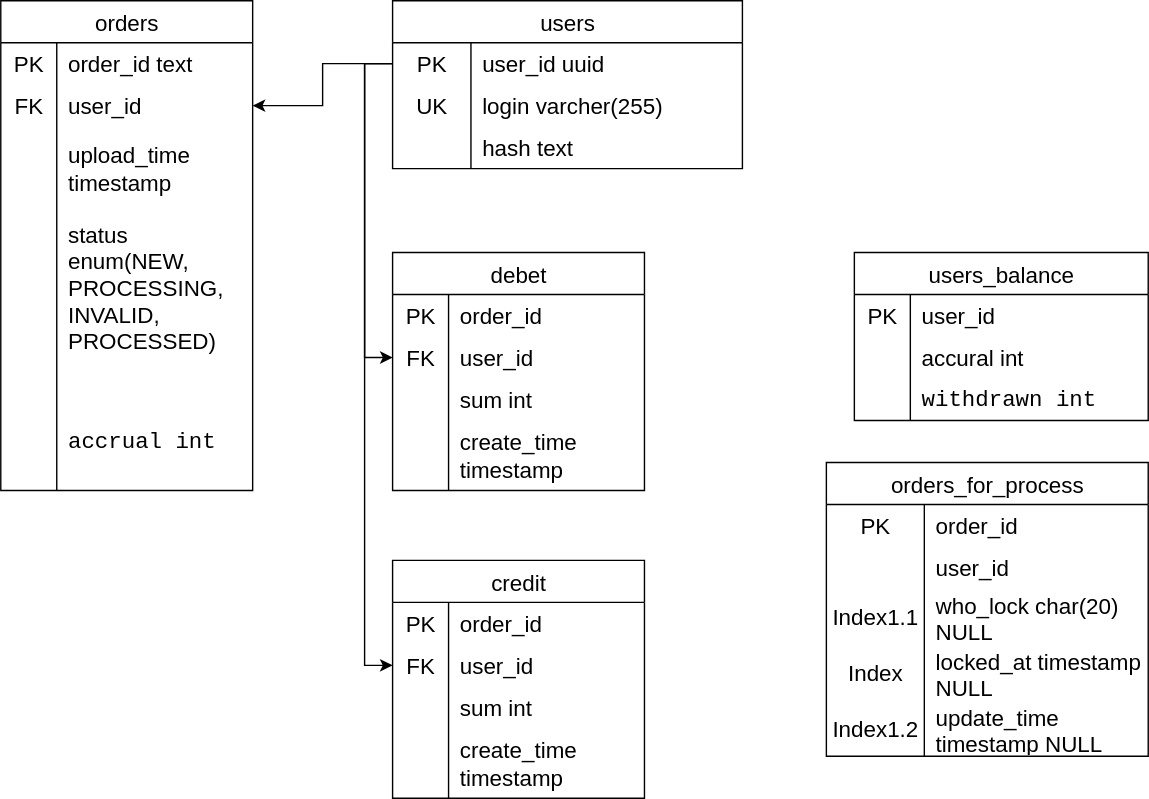
This is docs/DB.svg from serg2014/go-musthave-diploma-new, a draw.io export, as it was before one commit. Source tidied: cells renumbered, new cells last; positions are measured from the earlier drawing's top-left corner, leaving out a move shared by most shapes.
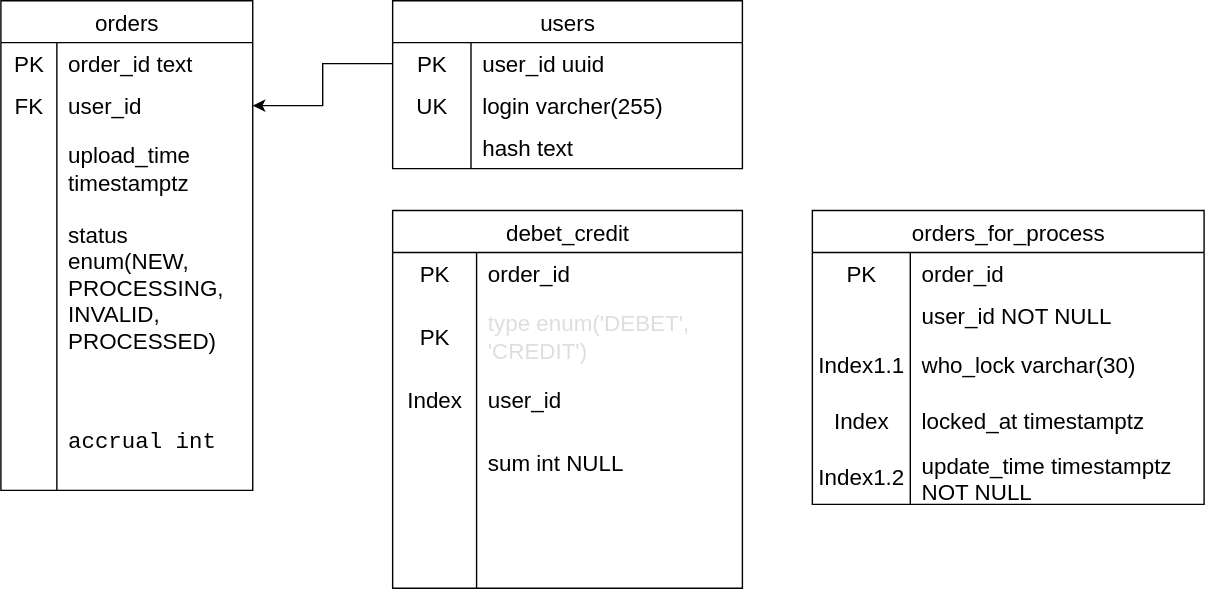
Above is the later version.

The edit, as a diff of the source:
```diff
@@ -31,3 +31,3 @@
     </mxCell>
-    <mxCell id="11" value="upload_time&lt;div&gt;timestamp&lt;/div&gt;" style="shape=partialRectangle;html=1;whiteSpace=wrap;fillColor=none;top=0;left=0;bottom=0;right=0;align=left;spacingLeft=6;overflow=hidden;strokeColor=inherit;fontSize=16;" parent="9" vertex="1">
+    <mxCell id="11" value="upload_time&lt;div&gt;timestamptz&lt;/div&gt;" style="shape=partialRectangle;html=1;whiteSpace=wrap;fillColor=none;top=0;left=0;bottom=0;right=0;align=left;spacingLeft=6;overflow=hidden;strokeColor=inherit;fontSize=16;" parent="9" vertex="1">
       <mxGeometry x="40" width="140" height="60" as="geometry" />
@@ -91,91 +91,7 @@
     </mxCell>
-    <mxCell id="31" value="debet" style="shape=table;startSize=30;rowLines=0;fontStyle=0;strokeColor=default;fontSize=16;" parent="1" vertex="1">
-      <mxGeometry x="280" y="180" width="180" height="170" as="geometry" />
-    </mxCell>
-    <mxCell id="32" style="shape=tableRow;horizontal=0;startSize=0;swimlaneHead=0;swimlaneBody=0;top=0;left=0;bottom=0;right=0;fillColor=none;strokeColor=inherit;fontSize=16;" parent="31" vertex="1">
-      <mxGeometry y="30" width="180" height="30" as="geometry" />
-    </mxCell>
-    <mxCell id="33" value="PK" style="shape=partialRectangle;html=1;whiteSpace=wrap;fillColor=none;top=0;left=0;bottom=0;right=0;overflow=hidden;strokeColor=inherit;fontSize=16;" parent="32" vertex="1">
-      <mxGeometry width="40" height="30" as="geometry" />
-    </mxCell>
-    <mxCell id="34" value="order_id" style="shape=partialRectangle;html=1;whiteSpace=wrap;fillColor=none;top=0;left=0;bottom=0;right=0;align=left;spacingLeft=6;overflow=hidden;strokeColor=inherit;fontSize=16;" parent="32" vertex="1">
-      <mxGeometry x="40" width="140" height="30" as="geometry" />
-    </mxCell>
-    <mxCell id="35" style="shape=tableRow;horizontal=0;startSize=0;swimlaneHead=0;swimlaneBody=0;top=0;left=0;bottom=0;right=0;fillColor=none;points=[[0,0.5],[1,0.5]];portConstraint=eastwest;strokeColor=inherit;fontSize=16;" parent="31" vertex="1">
-      <mxGeometry y="60" width="180" height="30" as="geometry" />
-    </mxCell>
-    <mxCell id="36" value="FK" style="shape=partialRectangle;html=1;whiteSpace=wrap;fillColor=none;top=0;left=0;bottom=0;right=0;overflow=hidden;strokeColor=inherit;fontSize=16;" parent="35" vertex="1">
-      <mxGeometry width="40" height="30" as="geometry" />
-    </mxCell>
-    <mxCell id="37" value="user_id" style="shape=partialRectangle;html=1;whiteSpace=wrap;fillColor=none;top=0;left=0;bottom=0;right=0;align=left;spacingLeft=6;overflow=hidden;strokeColor=inherit;fontSize=16;" parent="35" vertex="1">
-      <mxGeometry x="40" width="140" height="30" as="geometry" />
-    </mxCell>
-    <mxCell id="38" style="shape=tableRow;horizontal=0;startSize=0;swimlaneHead=0;swimlaneBody=0;top=0;left=0;bottom=0;right=0;fillColor=none;strokeColor=inherit;fontSize=16;" parent="31" vertex="1">
-      <mxGeometry y="90" width="180" height="30" as="geometry" />
-    </mxCell>
-    <mxCell id="39" style="shape=partialRectangle;html=1;whiteSpace=wrap;fillColor=none;top=0;left=0;bottom=0;right=0;overflow=hidden;strokeColor=inherit;fontSize=16;" parent="38" vertex="1">
-      <mxGeometry width="40" height="30" as="geometry" />
-    </mxCell>
-    <mxCell id="40" value="sum int" style="shape=partialRectangle;html=1;whiteSpace=wrap;fillColor=none;top=0;left=0;bottom=0;right=0;align=left;spacingLeft=6;overflow=hidden;strokeColor=inherit;fontSize=16;" parent="38" vertex="1">
-      <mxGeometry x="40" width="140" height="30" as="geometry" />
-    </mxCell>
-    <mxCell id="41" style="shape=tableRow;horizontal=0;startSize=0;swimlaneHead=0;swimlaneBody=0;top=0;left=0;bottom=0;right=0;fillColor=none;strokeColor=inherit;fontSize=16;" parent="31" vertex="1">
-      <mxGeometry y="120" width="180" height="50" as="geometry" />
-    </mxCell>
-    <mxCell id="42" style="shape=partialRectangle;html=1;whiteSpace=wrap;fillColor=none;top=0;left=0;bottom=0;right=0;overflow=hidden;strokeColor=inherit;fontSize=16;" parent="41" vertex="1">
-      <mxGeometry width="40" height="50" as="geometry" />
-    </mxCell>
-    <mxCell id="43" value="create_time timestamp" style="shape=partialRectangle;html=1;whiteSpace=wrap;fillColor=none;top=0;left=0;bottom=0;right=0;align=left;spacingLeft=6;overflow=hidden;strokeColor=inherit;fontSize=16;" parent="41" vertex="1">
-      <mxGeometry x="40" width="140" height="50" as="geometry" />
-    </mxCell>
-    <mxCell id="44" value="credit" style="shape=table;startSize=30;rowLines=0;fontStyle=0;strokeColor=default;fontSize=16;" parent="1" vertex="1">
-      <mxGeometry x="280" y="400" width="180" height="170" as="geometry" />
-    </mxCell>
-    <mxCell id="45" style="shape=tableRow;horizontal=0;startSize=0;swimlaneHead=0;swimlaneBody=0;top=0;left=0;bottom=0;right=0;fillColor=none;strokeColor=inherit;fontSize=16;" parent="44" vertex="1">
-      <mxGeometry y="30" width="180" height="30" as="geometry" />
-    </mxCell>
-    <mxCell id="46" value="PK" style="shape=partialRectangle;html=1;whiteSpace=wrap;fillColor=none;top=0;left=0;bottom=0;right=0;overflow=hidden;strokeColor=inherit;fontSize=16;" parent="45" vertex="1">
-      <mxGeometry width="40" height="30" as="geometry" />
-    </mxCell>
-    <mxCell id="47" value="order_id" style="shape=partialRectangle;html=1;whiteSpace=wrap;fillColor=none;top=0;left=0;bottom=0;right=0;align=left;spacingLeft=6;overflow=hidden;strokeColor=inherit;fontSize=16;" parent="45" vertex="1">
-      <mxGeometry x="40" width="140" height="30" as="geometry" />
-    </mxCell>
-    <mxCell id="48" style="shape=tableRow;horizontal=0;startSize=0;swimlaneHead=0;swimlaneBody=0;top=0;left=0;bottom=0;right=0;fillColor=none;points=[[0,0.5],[1,0.5]];portConstraint=eastwest;strokeColor=inherit;fontSize=16;" parent="44" vertex="1">
-      <mxGeometry y="60" width="180" height="30" as="geometry" />
-    </mxCell>
-    <mxCell id="49" value="FK" style="shape=partialRectangle;html=1;whiteSpace=wrap;fillColor=none;top=0;left=0;bottom=0;right=0;overflow=hidden;strokeColor=inherit;fontSize=16;" parent="48" vertex="1">
-      <mxGeometry width="40" height="30" as="geometry" />
-    </mxCell>
-    <mxCell id="50" value="user_id" style="shape=partialRectangle;html=1;whiteSpace=wrap;fillColor=none;top=0;left=0;bottom=0;right=0;align=left;spacingLeft=6;overflow=hidden;strokeColor=inherit;fontSize=16;" parent="48" vertex="1">
-      <mxGeometry x="40" width="140" height="30" as="geometry" />
-    </mxCell>
-    <mxCell id="51" style="shape=tableRow;horizontal=0;startSize=0;swimlaneHead=0;swimlaneBody=0;top=0;left=0;bottom=0;right=0;fillColor=none;strokeColor=inherit;fontSize=16;" parent="44" vertex="1">
-      <mxGeometry y="90" width="180" height="30" as="geometry" />
-    </mxCell>
-    <mxCell id="52" style="shape=partialRectangle;html=1;whiteSpace=wrap;fillColor=none;top=0;left=0;bottom=0;right=0;overflow=hidden;strokeColor=inherit;fontSize=16;" parent="51" vertex="1">
-      <mxGeometry width="40" height="30" as="geometry" />
-    </mxCell>
-    <mxCell id="53" value="sum int" style="shape=partialRectangle;html=1;whiteSpace=wrap;fillColor=none;top=0;left=0;bottom=0;right=0;align=left;spacingLeft=6;overflow=hidden;strokeColor=inherit;fontSize=16;" parent="51" vertex="1">
-      <mxGeometry x="40" width="140" height="30" as="geometry" />
-    </mxCell>
-    <mxCell id="54" style="shape=tableRow;horizontal=0;startSize=0;swimlaneHead=0;swimlaneBody=0;top=0;left=0;bottom=0;right=0;fillColor=none;strokeColor=inherit;fontSize=16;" parent="44" vertex="1">
-      <mxGeometry y="120" width="180" height="50" as="geometry" />
-    </mxCell>
-    <mxCell id="55" style="shape=partialRectangle;html=1;whiteSpace=wrap;fillColor=none;top=0;left=0;bottom=0;right=0;overflow=hidden;strokeColor=inherit;fontSize=16;" parent="54" vertex="1">
-      <mxGeometry width="40" height="50" as="geometry" />
-    </mxCell>
-    <mxCell id="56" value="create_time timestamp" style="shape=partialRectangle;html=1;whiteSpace=wrap;fillColor=none;top=0;left=0;bottom=0;right=0;align=left;spacingLeft=6;overflow=hidden;strokeColor=inherit;fontSize=16;" parent="54" vertex="1">
-      <mxGeometry x="40" width="140" height="50" as="geometry" />
-    </mxCell>
-    <mxCell id="57" style="edgeStyle=orthogonalEdgeStyle;rounded=0;jettySize=auto;html=1;exitX=0;exitY=0.5;exitDx=0;exitDy=0;entryX=0;entryY=0.5;entryDx=0;entryDy=0;" parent="1" edge="1" source="22" target="35">
-      <mxGeometry relative="1" as="geometry" />
-    </mxCell>
-    <mxCell id="58" style="edgeStyle=orthogonalEdgeStyle;rounded=0;jettySize=auto;html=1;exitX=0;exitY=0.5;exitDx=0;exitDy=0;entryX=0;entryY=0.5;entryDx=0;entryDy=0;" parent="1" edge="1" source="22" target="48">
-      <mxGeometry relative="1" as="geometry" />
-    </mxCell>
     <mxCell id="59" value="orders_for_process" style="shape=table;startSize=30;rowLines=0;fontStyle=0;strokeColor=default;fontSize=16;" parent="1" vertex="1">
-      <mxGeometry x="590" y="330" width="230" height="210" as="geometry" />
+      <mxGeometry x="580" y="150" width="280" height="210" as="geometry" />
     </mxCell>
     <mxCell id="60" style="shape=tableRow;horizontal=0;startSize=0;swimlaneHead=0;swimlaneBody=0;top=0;left=0;bottom=0;right=0;fillColor=none;strokeColor=inherit;fontSize=16;" parent="59" vertex="1">
-      <mxGeometry y="30" width="230" height="30" as="geometry" />
+      <mxGeometry y="30" width="280" height="30" as="geometry" />
     </mxCell>
@@ -185,6 +101,6 @@
     <mxCell id="62" value="order_id" style="shape=partialRectangle;html=1;whiteSpace=wrap;fillColor=none;top=0;left=0;bottom=0;right=0;align=left;spacingLeft=6;overflow=hidden;strokeColor=inherit;fontSize=16;" parent="60" vertex="1">
-      <mxGeometry x="70" width="160" height="30" as="geometry" />
+      <mxGeometry x="70" width="210" height="30" as="geometry" />
     </mxCell>
     <mxCell id="63" style="shape=tableRow;horizontal=0;startSize=0;swimlaneHead=0;swimlaneBody=0;top=0;left=0;bottom=0;right=0;fillColor=none;strokeColor=inherit;fontSize=16;" parent="59" vertex="1">
-      <mxGeometry y="60" width="230" height="30" as="geometry" />
+      <mxGeometry y="60" width="280" height="30" as="geometry" />
     </mxCell>
@@ -193,7 +109,7 @@
     </mxCell>
-    <mxCell id="65" value="user_id" style="shape=partialRectangle;html=1;whiteSpace=wrap;fillColor=none;top=0;left=0;bottom=0;right=0;align=left;spacingLeft=6;overflow=hidden;strokeColor=inherit;fontSize=16;" parent="63" vertex="1">
-      <mxGeometry x="70" width="160" height="30" as="geometry" />
+    <mxCell id="65" value="user_id NOT NULL" style="shape=partialRectangle;html=1;whiteSpace=wrap;fillColor=none;top=0;left=0;bottom=0;right=0;align=left;spacingLeft=6;overflow=hidden;strokeColor=inherit;fontSize=16;" parent="63" vertex="1">
+      <mxGeometry x="70" width="210" height="30" as="geometry" />
     </mxCell>
     <mxCell id="66" style="shape=tableRow;horizontal=0;startSize=0;swimlaneHead=0;swimlaneBody=0;top=0;left=0;bottom=0;right=0;fillColor=none;strokeColor=inherit;fontSize=16;" parent="59" vertex="1">
-      <mxGeometry y="90" width="230" height="40" as="geometry" />
+      <mxGeometry y="90" width="280" height="40" as="geometry" />
     </mxCell>
@@ -202,7 +118,7 @@
     </mxCell>
-    <mxCell id="68" value="who_lock char(20) NULL" style="shape=partialRectangle;html=1;whiteSpace=wrap;fillColor=none;top=0;left=0;bottom=0;right=0;align=left;spacingLeft=6;overflow=hidden;strokeColor=inherit;fontSize=16;" parent="66" vertex="1">
-      <mxGeometry x="70" width="160" height="40" as="geometry" />
+    <mxCell id="68" value="who_lock varchar(30)" style="shape=partialRectangle;html=1;whiteSpace=wrap;fillColor=none;top=0;left=0;bottom=0;right=0;align=left;spacingLeft=6;overflow=hidden;strokeColor=inherit;fontSize=16;" parent="66" vertex="1">
+      <mxGeometry x="70" width="210" height="40" as="geometry" />
     </mxCell>
     <mxCell id="69" style="shape=tableRow;horizontal=0;startSize=0;swimlaneHead=0;swimlaneBody=0;top=0;left=0;bottom=0;right=0;fillColor=none;strokeColor=inherit;fontSize=16;" parent="59" vertex="1">
-      <mxGeometry y="130" width="230" height="40" as="geometry" />
+      <mxGeometry y="130" width="280" height="40" as="geometry" />
     </mxCell>
@@ -211,7 +127,7 @@
     </mxCell>
-    <mxCell id="71" value="locked_at timestamp NULL" style="shape=partialRectangle;html=1;whiteSpace=wrap;fillColor=none;top=0;left=0;bottom=0;right=0;align=left;spacingLeft=6;overflow=hidden;strokeColor=inherit;fontSize=16;" parent="69" vertex="1">
-      <mxGeometry x="70" width="160" height="40" as="geometry" />
+    <mxCell id="71" value="locked_at timestamptz" style="shape=partialRectangle;html=1;whiteSpace=wrap;fillColor=none;top=0;left=0;bottom=0;right=0;align=left;spacingLeft=6;overflow=hidden;strokeColor=inherit;fontSize=16;" parent="69" vertex="1">
+      <mxGeometry x="70" width="210" height="40" as="geometry" />
     </mxCell>
     <mxCell id="72" style="shape=tableRow;horizontal=0;startSize=0;swimlaneHead=0;swimlaneBody=0;top=0;left=0;bottom=0;right=0;fillColor=none;strokeColor=inherit;fontSize=16;" parent="59" vertex="1">
-      <mxGeometry y="170" width="230" height="40" as="geometry" />
+      <mxGeometry y="170" width="280" height="40" as="geometry" />
     </mxCell>
@@ -220,4 +136,4 @@
     </mxCell>
-    <mxCell id="74" value="update_time timestamp NULL" style="shape=partialRectangle;html=1;whiteSpace=wrap;fillColor=none;top=0;left=0;bottom=0;right=0;align=left;spacingLeft=6;overflow=hidden;strokeColor=inherit;fontSize=16;" parent="72" vertex="1">
-      <mxGeometry x="70" width="160" height="40" as="geometry" />
+    <mxCell id="74" value="update_time timestamptz NOT NULL" style="shape=partialRectangle;html=1;whiteSpace=wrap;fillColor=none;top=0;left=0;bottom=0;right=0;align=left;spacingLeft=6;overflow=hidden;strokeColor=inherit;fontSize=16;" parent="72" vertex="1">
+      <mxGeometry x="70" width="210" height="40" as="geometry" />
     </mxCell>
@@ -226,32 +142,50 @@
     </mxCell>
-    <mxCell id="76" value="users_balance" style="shape=table;startSize=30;rowLines=0;fontStyle=0;strokeColor=default;fontSize=16;" parent="1" vertex="1">
-      <mxGeometry x="610" y="180" width="210" height="120" as="geometry" />
-    </mxCell>
-    <mxCell id="77" style="shape=tableRow;horizontal=0;startSize=0;swimlaneHead=0;swimlaneBody=0;top=0;left=0;bottom=0;right=0;fillColor=none;strokeColor=inherit;fontSize=16;" parent="76" vertex="1">
-      <mxGeometry y="30" width="210" height="30" as="geometry" />
-    </mxCell>
-    <mxCell id="78" value="PK" style="shape=partialRectangle;html=1;whiteSpace=wrap;fillColor=none;top=0;left=0;bottom=0;right=0;overflow=hidden;strokeColor=inherit;fontSize=16;" parent="77" vertex="1">
-      <mxGeometry width="40" height="30" as="geometry" />
-    </mxCell>
-    <mxCell id="79" value="user_id" style="shape=partialRectangle;html=1;whiteSpace=wrap;fillColor=none;top=0;left=0;bottom=0;right=0;align=left;spacingLeft=6;overflow=hidden;strokeColor=inherit;fontSize=16;" parent="77" vertex="1">
-      <mxGeometry x="40" width="170" height="30" as="geometry" />
-    </mxCell>
-    <mxCell id="80" style="shape=tableRow;horizontal=0;startSize=0;swimlaneHead=0;swimlaneBody=0;top=0;left=0;bottom=0;right=0;fillColor=none;strokeColor=inherit;fontSize=16;" parent="76" vertex="1">
-      <mxGeometry y="60" width="210" height="30" as="geometry" />
-    </mxCell>
-    <mxCell id="81" style="shape=partialRectangle;html=1;whiteSpace=wrap;fillColor=none;top=0;left=0;bottom=0;right=0;overflow=hidden;strokeColor=inherit;fontSize=16;" parent="80" vertex="1">
-      <mxGeometry width="40" height="30" as="geometry" />
-    </mxCell>
-    <mxCell id="82" value="accural int" style="shape=partialRectangle;html=1;whiteSpace=wrap;fillColor=none;top=0;left=0;bottom=0;right=0;align=left;spacingLeft=6;overflow=hidden;strokeColor=inherit;fontSize=16;" parent="80" vertex="1">
-      <mxGeometry x="40" width="170" height="30" as="geometry" />
-    </mxCell>
-    <mxCell id="83" style="shape=tableRow;horizontal=0;startSize=0;swimlaneHead=0;swimlaneBody=0;top=0;left=0;bottom=0;right=0;fillColor=none;strokeColor=inherit;fontSize=16;" parent="76" vertex="1">
-      <mxGeometry y="90" width="210" height="30" as="geometry" />
-    </mxCell>
-    <mxCell id="84" style="shape=partialRectangle;html=1;whiteSpace=wrap;fillColor=none;top=0;left=0;bottom=0;right=0;overflow=hidden;strokeColor=inherit;fontSize=16;" parent="83" vertex="1">
-      <mxGeometry width="40" height="30" as="geometry" />
-    </mxCell>
-    <mxCell id="85" value="&lt;div style=&quot;color: rgb(0, 0, 0); background-color: rgb(255, 255, 255); font-family: Menlo, Monaco, &amp;quot;Courier New&amp;quot;, monospace; line-height: 24px; white-space: pre;&quot;&gt;withdrawn int&lt;/div&gt;" style="shape=partialRectangle;html=1;whiteSpace=wrap;fillColor=none;top=0;left=0;bottom=0;right=0;align=left;spacingLeft=6;overflow=hidden;strokeColor=inherit;fontSize=16;" parent="83" vertex="1">
-      <mxGeometry x="40" width="170" height="30" as="geometry" />
-    </mxCell>
+    <mxCell id="31" value="debet_credit" style="shape=table;startSize=30;rowLines=0;fontStyle=0;strokeColor=default;fontSize=16;" parent="1" vertex="1">
+      <mxGeometry x="280" y="150" width="250" height="270" as="geometry" />
+    </mxCell>
+    <mxCell id="32" style="shape=tableRow;horizontal=0;startSize=0;swimlaneHead=0;swimlaneBody=0;top=0;left=0;bottom=0;right=0;fillColor=none;strokeColor=inherit;fontSize=16;" parent="31" vertex="1">
+      <mxGeometry y="30" width="250" height="30" as="geometry" />
+    </mxCell>
+    <mxCell id="33" value="PK" style="shape=partialRectangle;html=1;whiteSpace=wrap;fillColor=none;top=0;left=0;bottom=0;right=0;overflow=hidden;strokeColor=inherit;fontSize=16;" parent="32" vertex="1">
+      <mxGeometry width="60" height="30" as="geometry" />
+    </mxCell>
+    <mxCell id="34" value="order_id" style="shape=partialRectangle;html=1;whiteSpace=wrap;fillColor=none;top=0;left=0;bottom=0;right=0;align=left;spacingLeft=6;overflow=hidden;strokeColor=inherit;fontSize=16;" parent="32" vertex="1">
+      <mxGeometry x="60" width="190" height="30" as="geometry" />
+    </mxCell>
+    <mxCell id="35" style="shape=tableRow;horizontal=0;startSize=0;swimlaneHead=0;swimlaneBody=0;top=0;left=0;bottom=0;right=0;fillColor=none;points=[[0,0.5],[1,0.5]];portConstraint=eastwest;strokeColor=inherit;fontSize=16;" parent="31" vertex="1">
+      <mxGeometry y="60" width="250" height="60" as="geometry" />
+    </mxCell>
+    <mxCell id="36" value="PK" style="shape=partialRectangle;html=1;whiteSpace=wrap;fillColor=none;top=0;left=0;bottom=0;right=0;overflow=hidden;strokeColor=inherit;fontSize=16;" parent="35" vertex="1">
+      <mxGeometry width="60" height="60" as="geometry" />
+    </mxCell>
+    <mxCell id="37" value="&lt;font&gt;&lt;span style=&quot;caret-color: rgb(222, 222, 222); color: light-dark(rgb(222, 222, 222), rgb(255, 255, 255));&quot;&gt;type enum('DEBET', 'CREDIT')&lt;/span&gt;&lt;/font&gt;" style="shape=partialRectangle;html=1;whiteSpace=wrap;fillColor=none;top=0;left=0;bottom=0;right=0;align=left;spacingLeft=6;overflow=hidden;strokeColor=inherit;fontSize=16;" parent="35" vertex="1">
+      <mxGeometry x="60" width="190" height="60" as="geometry" />
+    </mxCell>
+    <mxCell id="38" style="shape=tableRow;horizontal=0;startSize=0;swimlaneHead=0;swimlaneBody=0;top=0;left=0;bottom=0;right=0;fillColor=none;strokeColor=inherit;fontSize=16;" parent="31" vertex="1">
+      <mxGeometry y="120" width="250" height="30" as="geometry" />
+    </mxCell>
+    <mxCell id="39" value="Index" style="shape=partialRectangle;html=1;whiteSpace=wrap;fillColor=none;top=0;left=0;bottom=0;right=0;overflow=hidden;strokeColor=inherit;fontSize=16;" parent="38" vertex="1">
+      <mxGeometry width="60" height="30" as="geometry" />
+    </mxCell>
+    <mxCell id="40" value="user_id" style="shape=partialRectangle;html=1;whiteSpace=wrap;fillColor=none;top=0;left=0;bottom=0;right=0;align=left;spacingLeft=6;overflow=hidden;strokeColor=inherit;fontSize=16;" parent="38" vertex="1">
+      <mxGeometry x="60" width="190" height="30" as="geometry" />
+    </mxCell>
+    <mxCell id="41" style="shape=tableRow;horizontal=0;startSize=0;swimlaneHead=0;swimlaneBody=0;top=0;left=0;bottom=0;right=0;fillColor=none;strokeColor=inherit;fontSize=16;" parent="31" vertex="1">
+      <mxGeometry y="150" width="250" height="60" as="geometry" />
+    </mxCell>
+    <mxCell id="42" style="shape=partialRectangle;html=1;whiteSpace=wrap;fillColor=none;top=0;left=0;bottom=0;right=0;overflow=hidden;strokeColor=inherit;fontSize=16;" parent="41" vertex="1">
+      <mxGeometry width="60" height="60" as="geometry" />
+    </mxCell>
+    <mxCell id="43" value="sum int NULL" style="shape=partialRectangle;html=1;whiteSpace=wrap;fillColor=none;top=0;left=0;bottom=0;right=0;align=left;spacingLeft=6;overflow=hidden;strokeColor=inherit;fontSize=16;" parent="41" vertex="1">
+      <mxGeometry x="60" width="190" height="60" as="geometry" />
+    </mxCell>
+    <mxCell id="86" style="shape=tableRow;horizontal=0;startSize=0;swimlaneHead=0;swimlaneBody=0;top=0;left=0;bottom=0;right=0;fillColor=none;strokeColor=inherit;fontSize=16;" parent="31" vertex="1">
+      <mxGeometry y="210" width="250" height="60" as="geometry" />
+    </mxCell>
+    <mxCell id="87" style="shape=partialRectangle;html=1;whiteSpace=wrap;fillColor=none;top=0;left=0;bottom=0;right=0;overflow=hidden;strokeColor=inherit;fontSize=16;" parent="86" vertex="1">
+      <mxGeometry width="60" height="60" as="geometry" />
+    </mxCell>
+    <mxCell id="88" value="&lt;span style=&quot;caret-color: rgb(255, 255, 255); font-family: Helvetica; font-size: 16px; font-style: normal; font-variant-caps: normal; font-weight: 400; letter-spacing: normal; text-align: left; text-indent: 0px; text-transform: none; white-space: normal; word-spacing: 0px; -webkit-text-stroke-width: 0px; text-decoration: none; float: none; color: light-dark(rgb(255, 255, 255), rgb(255, 255, 255)); display: inline !important;&quot;&gt;create_time timestamptz NOT NULL&lt;/span&gt;" style="shape=partialRectangle;html=1;whiteSpace=wrap;fillColor=none;top=0;left=0;bottom=0;right=0;align=left;spacingLeft=6;overflow=hidden;strokeColor=inherit;fontSize=16;" parent="86" vertex="1">
+      <mxGeometry x="60" width="190" height="60" as="geometry" />
+    </mxCell>
   </root>
```
